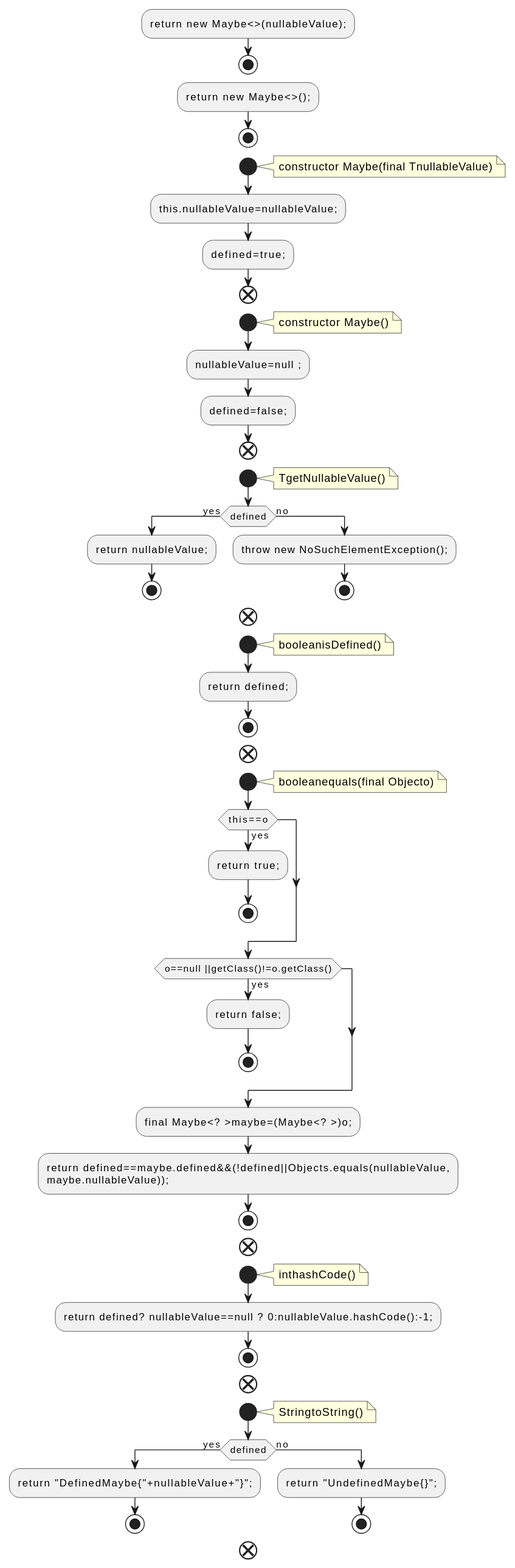
Above: docs/qc/streams/src/main/java/org/apache/kafka/streams/state/internals/Maybe.java.fct.svg in qualitesys/kafka (PlantUML), before the change.
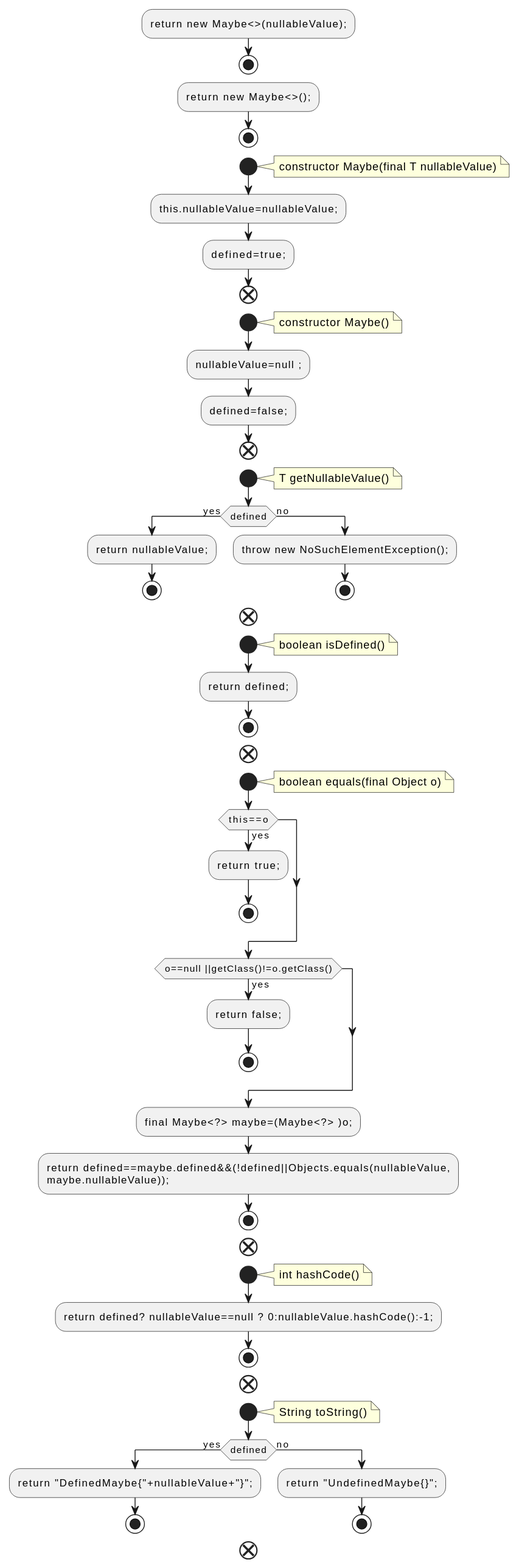
Above is the later version.

The edit, as a diff of the source:
```diff
@@ -6,7 +6,7 @@
 stop
 start
 note right
-constructor Maybe(final TnullableValue)
+constructor Maybe(final T nullableValue)
 end note
 :this.nullableValue=nullableValue;;
 :defined=true;;
@@ -20,7 +20,7 @@
 end
 start
 note right
-TgetNullableValue()
+T getNullableValue()
 end note
 if (defined) then (yes)
 :return nullableValue;;
@@ -32,14 +32,14 @@
 end
 start
 note right
-booleanisDefined()
+boolean isDefined()
 end note
 :return defined;;
 stop
 end
 start
 note right
-booleanequals(final Objecto)
+boolean equals(final Object o)
 end note
 if (this==o) then (yes)
 :return true;;
@@ -49,21 +49,21 @@
 :return false;;
 stop
 endif
-:final Maybe<? >maybe=(Maybe<? >)o;;
+:final Maybe<?> maybe=(Maybe<?> )o;;
 :return defined==maybe.defined&&(!defined||Objects.equals(nullableValue,
 maybe.nullableValue));;
 stop
 end
 start
 note right
-inthashCode()
+int hashCode()
 end note
 :return defined? nullableValue==null ? 0:nullableValue.hashCode():-1;;
 stop
 end
 start
 note right
-StringtoString()
+String toString()
 end note
 if (defined) then (yes)
 :return "DefinedMaybe{"+nullableValue+"}";;
```
